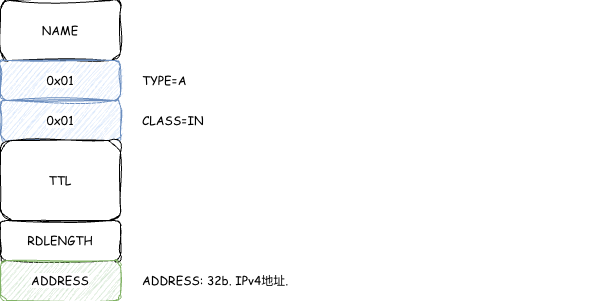
Before: source/_posts/DNSScheme/a.png, a diagram exported from draw.io (theo1893/theo1893.github.io). Source tidied: cells renumbered, new cells last; positions are measured from the earlier drawing's top-left corner, leaving out a move shared by most shapes. Source of this version:
```xml
<mxGraphModel>
  <root>
    <mxCell id="0" />
    <mxCell id="1" parent="0" />
    <mxCell id="2" value="NAME" style="rounded=1;whiteSpace=wrap;html=1;sketch=1;jiggle=2;curveFitting=1;strokeColor=default;align=center;verticalAlign=middle;fontFamily=Comic Sans MS;fontSize=12;fontColor=default;labelBackgroundColor=default;fillColor=default;" parent="1" vertex="1">
      <mxGeometry width="120" height="60" as="geometry" />
    </mxCell>
    <mxCell id="3" value="0x01" style="rounded=1;whiteSpace=wrap;html=1;sketch=1;jiggle=2;curveFitting=1;strokeColor=#6c8ebf;align=center;verticalAlign=middle;fontFamily=Comic Sans MS;fontSize=12;labelBackgroundColor=default;fillColor=#dae8fc;" parent="1" vertex="1">
      <mxGeometry y="60" width="120" height="40" as="geometry" />
    </mxCell>
    <mxCell id="4" value="0x01" style="rounded=1;whiteSpace=wrap;html=1;sketch=1;jiggle=2;curveFitting=1;strokeColor=#6c8ebf;align=center;verticalAlign=middle;fontFamily=Comic Sans MS;fontSize=12;labelBackgroundColor=default;fillColor=#dae8fc;" parent="1" vertex="1">
      <mxGeometry y="100" width="120" height="40" as="geometry" />
    </mxCell>
    <mxCell id="5" value="TTL" style="rounded=1;whiteSpace=wrap;html=1;sketch=1;jiggle=2;curveFitting=1;strokeColor=default;align=center;verticalAlign=middle;fontFamily=Comic Sans MS;fontSize=12;fontColor=default;labelBackgroundColor=default;fillColor=default;" parent="1" vertex="1">
      <mxGeometry y="140" width="120" height="80" as="geometry" />
    </mxCell>
    <mxCell id="6" value="RDLENGTH" style="rounded=1;whiteSpace=wrap;html=1;sketch=1;jiggle=2;curveFitting=1;strokeColor=default;align=center;verticalAlign=middle;fontFamily=Comic Sans MS;fontSize=12;fontColor=default;labelBackgroundColor=default;fillColor=default;" parent="1" vertex="1">
      <mxGeometry y="220" width="120" height="40" as="geometry" />
    </mxCell>
    <mxCell id="7" value="ADDRESS" style="rounded=1;whiteSpace=wrap;html=1;sketch=1;jiggle=2;curveFitting=1;strokeColor=#82b366;align=center;verticalAlign=middle;fontFamily=Comic Sans MS;fontSize=12;labelBackgroundColor=default;fillColor=#d5e8d4;" parent="1" vertex="1">
      <mxGeometry y="260" width="120" height="40" as="geometry" />
    </mxCell>
    <mxCell id="8" value="ADDRESS: 32b. IPv4地址." style="text;html=1;whiteSpace=wrap;strokeColor=none;fillColor=none;align=left;verticalAlign=middle;rounded=0;fontFamily=Comic Sans MS;fontSize=12;fontColor=default;labelBackgroundColor=default;" parent="1" vertex="1">
      <mxGeometry x="140" y="265" width="460" height="30" as="geometry" />
    </mxCell>
    <mxCell id="9" value="CLASS=IN" style="text;html=1;whiteSpace=wrap;strokeColor=none;fillColor=none;align=left;verticalAlign=middle;rounded=0;fontFamily=Comic Sans MS;fontSize=12;fontColor=default;labelBackgroundColor=default;" parent="1" vertex="1">
      <mxGeometry x="140" y="105" width="230" height="30" as="geometry" />
    </mxCell>
    <mxCell id="10" value="TYPE=A" style="text;html=1;whiteSpace=wrap;strokeColor=none;fillColor=none;align=left;verticalAlign=middle;rounded=0;fontFamily=Comic Sans MS;fontSize=12;fontColor=default;labelBackgroundColor=default;" parent="1" vertex="1">
      <mxGeometry x="140" y="65" width="230" height="30" as="geometry" />
    </mxCell>
  </root>
</mxGraphModel>
```
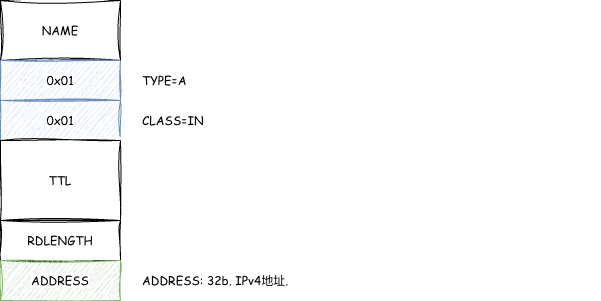
After the commit.

What changed in the source:
```diff
@@ -2,22 +2,22 @@
   <root>
     <mxCell id="0" />
     <mxCell id="1" parent="0" />
-    <mxCell id="2" value="NAME" style="rounded=1;whiteSpace=wrap;html=1;sketch=1;jiggle=2;curveFitting=1;strokeColor=default;align=center;verticalAlign=middle;fontFamily=Comic Sans MS;fontSize=12;fontColor=default;labelBackgroundColor=default;fillColor=default;" parent="1" vertex="1">
+    <mxCell id="2" value="NAME" style="rounded=0;whiteSpace=wrap;html=1;sketch=1;jiggle=2;curveFitting=1;strokeColor=default;align=center;verticalAlign=middle;fontFamily=Comic Sans MS;fontSize=12;fontColor=default;labelBackgroundColor=default;fillColor=default;" parent="1" vertex="1">
       <mxGeometry width="120" height="60" as="geometry" />
     </mxCell>
-    <mxCell id="3" value="0x01" style="rounded=1;whiteSpace=wrap;html=1;sketch=1;jiggle=2;curveFitting=1;strokeColor=#6c8ebf;align=center;verticalAlign=middle;fontFamily=Comic Sans MS;fontSize=12;labelBackgroundColor=default;fillColor=#dae8fc;" parent="1" vertex="1">
+    <mxCell id="3" value="0x01" style="rounded=0;whiteSpace=wrap;html=1;sketch=1;jiggle=2;curveFitting=1;strokeColor=#6c8ebf;align=center;verticalAlign=middle;fontFamily=Comic Sans MS;fontSize=12;labelBackgroundColor=default;fillColor=#dae8fc;" parent="1" vertex="1">
       <mxGeometry y="60" width="120" height="40" as="geometry" />
     </mxCell>
-    <mxCell id="4" value="0x01" style="rounded=1;whiteSpace=wrap;html=1;sketch=1;jiggle=2;curveFitting=1;strokeColor=#6c8ebf;align=center;verticalAlign=middle;fontFamily=Comic Sans MS;fontSize=12;labelBackgroundColor=default;fillColor=#dae8fc;" parent="1" vertex="1">
+    <mxCell id="4" value="0x01" style="rounded=0;whiteSpace=wrap;html=1;sketch=1;jiggle=2;curveFitting=1;strokeColor=#6c8ebf;align=center;verticalAlign=middle;fontFamily=Comic Sans MS;fontSize=12;labelBackgroundColor=default;fillColor=#dae8fc;" parent="1" vertex="1">
       <mxGeometry y="100" width="120" height="40" as="geometry" />
     </mxCell>
-    <mxCell id="5" value="TTL" style="rounded=1;whiteSpace=wrap;html=1;sketch=1;jiggle=2;curveFitting=1;strokeColor=default;align=center;verticalAlign=middle;fontFamily=Comic Sans MS;fontSize=12;fontColor=default;labelBackgroundColor=default;fillColor=default;" parent="1" vertex="1">
+    <mxCell id="5" value="TTL" style="rounded=0;whiteSpace=wrap;html=1;sketch=1;jiggle=2;curveFitting=1;strokeColor=default;align=center;verticalAlign=middle;fontFamily=Comic Sans MS;fontSize=12;fontColor=default;labelBackgroundColor=default;fillColor=default;" parent="1" vertex="1">
       <mxGeometry y="140" width="120" height="80" as="geometry" />
     </mxCell>
-    <mxCell id="6" value="RDLENGTH" style="rounded=1;whiteSpace=wrap;html=1;sketch=1;jiggle=2;curveFitting=1;strokeColor=default;align=center;verticalAlign=middle;fontFamily=Comic Sans MS;fontSize=12;fontColor=default;labelBackgroundColor=default;fillColor=default;" parent="1" vertex="1">
+    <mxCell id="6" value="RDLENGTH" style="rounded=0;whiteSpace=wrap;html=1;sketch=1;jiggle=2;curveFitting=1;strokeColor=default;align=center;verticalAlign=middle;fontFamily=Comic Sans MS;fontSize=12;fontColor=default;labelBackgroundColor=default;fillColor=default;" parent="1" vertex="1">
       <mxGeometry y="220" width="120" height="40" as="geometry" />
     </mxCell>
-    <mxCell id="7" value="ADDRESS" style="rounded=1;whiteSpace=wrap;html=1;sketch=1;jiggle=2;curveFitting=1;strokeColor=#82b366;align=center;verticalAlign=middle;fontFamily=Comic Sans MS;fontSize=12;labelBackgroundColor=default;fillColor=#d5e8d4;" parent="1" vertex="1">
+    <mxCell id="7" value="ADDRESS" style="rounded=0;whiteSpace=wrap;html=1;sketch=1;jiggle=2;curveFitting=1;strokeColor=#82b366;align=center;verticalAlign=middle;fontFamily=Comic Sans MS;fontSize=12;labelBackgroundColor=default;fillColor=#d5e8d4;" parent="1" vertex="1">
       <mxGeometry y="260" width="120" height="40" as="geometry" />
     </mxCell>
     <mxCell id="8" value="ADDRESS: 32b. IPv4地址." style="text;html=1;whiteSpace=wrap;strokeColor=none;fillColor=none;align=left;verticalAlign=middle;rounded=0;fontFamily=Comic Sans MS;fontSize=12;fontColor=default;labelBackgroundColor=default;" parent="1" vertex="1">
```
